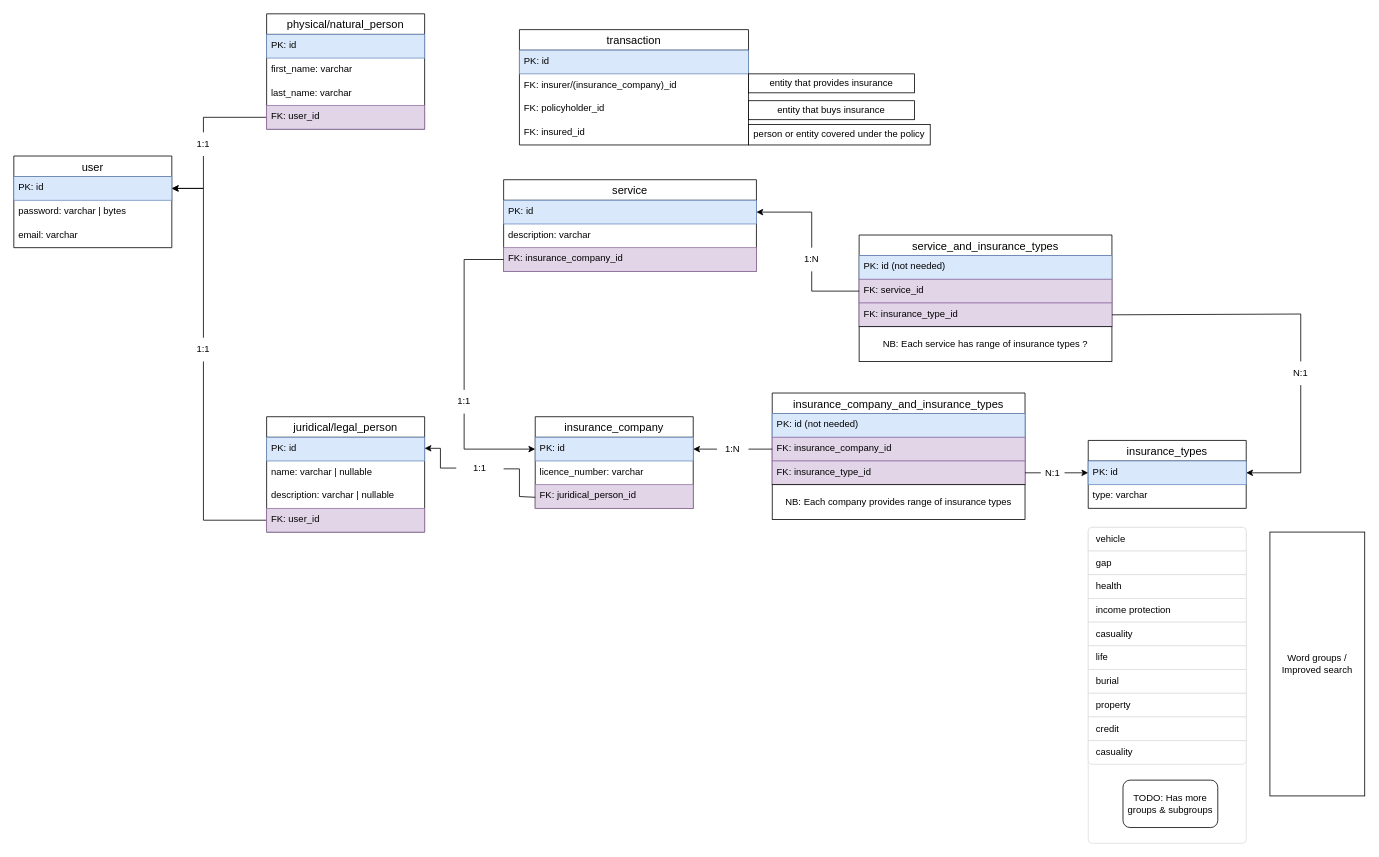
The draw.io diagram docks/models.drawio in hophiphip/bruh, before the edit. Source tidied: cells renumbered, new cells numbered last; positions are measured from the earlier drawing's top-left corner, leaving out a move shared by most shapes. Both pictures are drawn from the tidied source at 79%, with x=0, y=0 at pixel (13, 13).
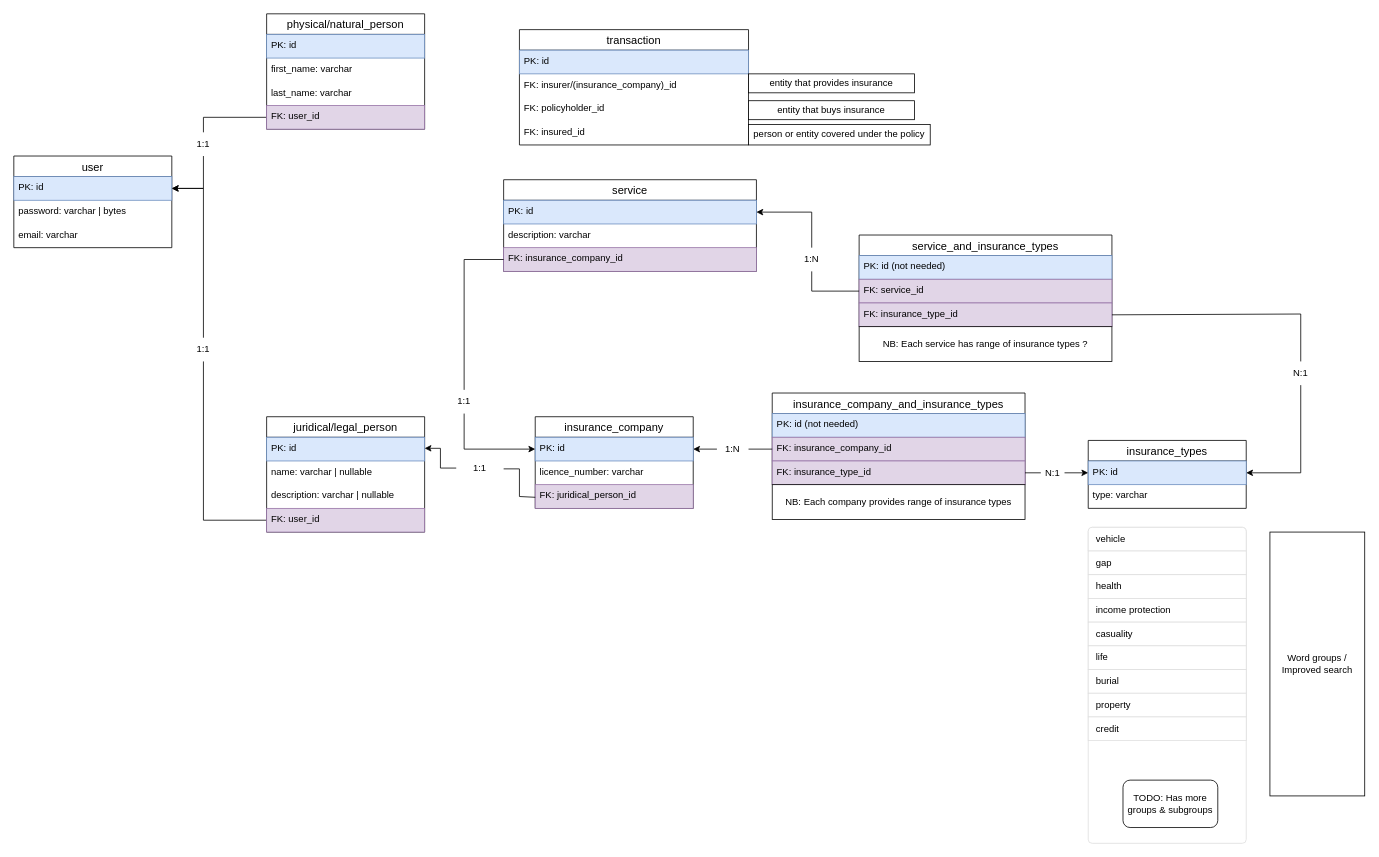
After the change.

The change refers to these unchanged cells:
```xml
<mxCell id="52" style="html=1;shadow=0;dashed=0;shape=mxgraph.bootstrap.rrect;rSize=5;strokeColor=#DFDFDF;html=1;whiteSpace=wrap;fillColor=#FFFFFF;fontColor=#000000;" parent="48" vertex="1">
  <mxGeometry y="110" width="200" height="400" as="geometry" />
</mxCell>
```

What changed in the source:
```diff
@@
-    <mxCell id="57" value="casuality" style="strokeColor=inherit;fillColor=inherit;gradientColor=inherit;fontColor=inherit;html=1;shadow=0;dashed=0;shape=mxgraph.bootstrap.bottomButton;rSize=5;perimeter=none;whiteSpace=wrap;align=left;spacing=10;" parent="52" vertex="1">
-      <mxGeometry y="1" width="200" height="30" relative="1" as="geometry">
-        <mxPoint y="-130" as="offset" />
-      </mxGeometry>
-    </mxCell>
```
